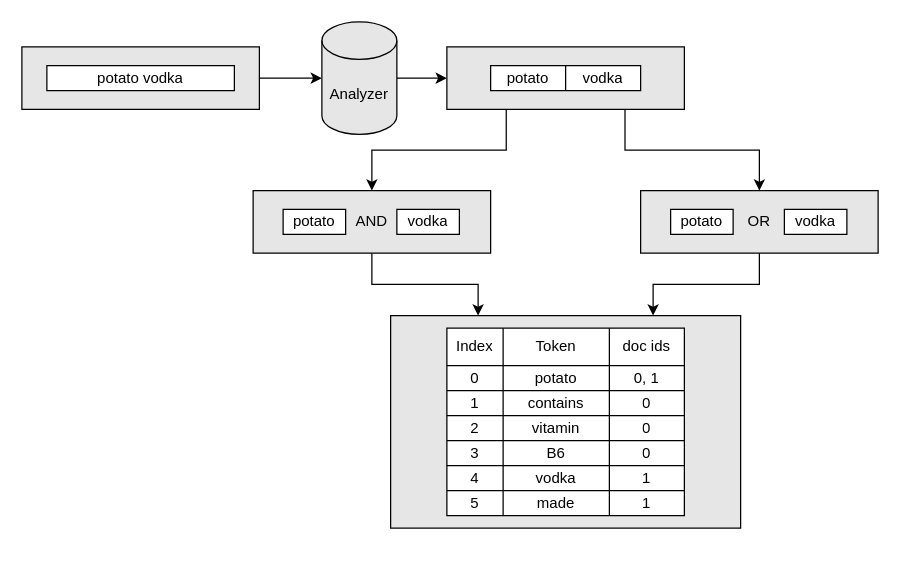
The draw.io diagram LuceneSearch.drawio in fosterchris/LuceneDemo, before the edit. Source tidied: cells renumbered, new cells numbered last; positions are measured from the earlier drawing's top-left corner, leaving out a move shared by most shapes. Both pictures are drawn from the tidied source at 125%, with x=0, y=0 at pixel (21, 21).
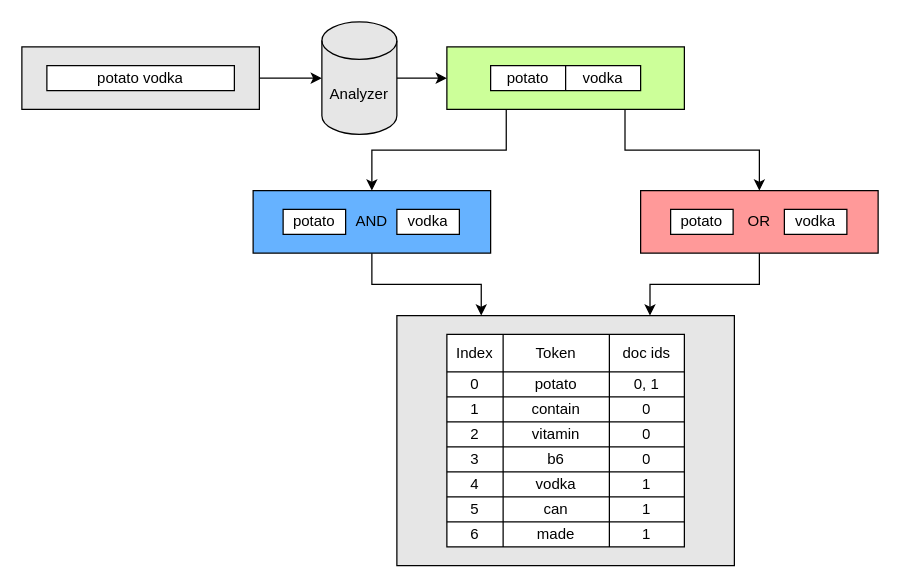
After the change.

Change to the diagram source:
```diff
@@
-    <mxCell id="11" style="rounded=0;whiteSpace=wrap;html=1;fillColor=#E6E6E6;" parent="1" vertex="1">
+    <mxCell id="11" style="rounded=0;whiteSpace=wrap;html=1;fillColor=#CCFF99;strokeColor=#000000;strokeWidth=1;" parent="1" vertex="1">
       <mxGeometry x="340" y="20" width="190" height="50" as="geometry" />
     </mxCell>
@@
-    <mxCell id="17" style="rounded=0;whiteSpace=wrap;html=1;fillColor=#E6E6E6;" parent="1" vertex="1">
+    <mxCell id="17" style="rounded=0;whiteSpace=wrap;html=1;fillColor=#66B2FF;" parent="1" vertex="1">
       <mxGeometry x="185" y="135" width="190" height="50" as="geometry" />
     </mxCell>
@@
-    <mxCell id="26" style="rounded=0;whiteSpace=wrap;html=1;fillColor=#E6E6E6;" parent="1" vertex="1">
+    <mxCell id="26" style="rounded=0;whiteSpace=wrap;html=1;fillColor=#FF9999;" parent="1" vertex="1">
       <mxGeometry x="495" y="135" width="190" height="50" as="geometry" />
     </mxCell>
@@
     <mxCell id="34" style="rounded=0;whiteSpace=wrap;html=1;shadow=0;sketch=0;strokeColor=#000000;fillColor=#E6E6E6;" parent="1" vertex="1">
-      <mxGeometry x="295" y="235" width="280" height="170" as="geometry" />
+      <mxGeometry x="300" y="235" width="270" height="200" as="geometry" />
     </mxCell>
-    <mxCell id="35" style="shape=table;startSize=0;childLayout=tableLayout;" parent="1" vertex="1">
-      <mxGeometry x="340" y="245" width="190" height="150" as="geometry" />
-    </mxCell>
+    <mxCell id="64" style="shape=table;startSize=0;childLayout=tableLayout;" parent="1" vertex="1">
+      <mxGeometry x="340" y="250" width="190" height="170" as="geometry" />
+    </mxCell>
-    <mxCell id="36" style="shape=partialRectangle;fillColor=none;top=0;left=0;bottom=0;right=0;" parent="35" vertex="1">
+    <mxCell id="36" style="shape=partialRectangle;fillColor=none;top=0;left=0;bottom=0;right=0;" parent="64" vertex="1">
       <mxGeometry width="190" height="30" as="geometry" />
     </mxCell>
@@
-    <mxCell id="40" style="shape=partialRectangle;fillColor=none;top=0;left=0;bottom=0;right=0;" parent="35" vertex="1">
+    <mxCell id="40" style="shape=partialRectangle;fillColor=none;top=0;left=0;bottom=0;right=0;" parent="64" vertex="1">
       <mxGeometry y="30" width="190" height="20" as="geometry" />
     </mxCell>
@@
-    <mxCell id="44" style="shape=partialRectangle;fillColor=none;top=0;left=0;bottom=0;right=0;" parent="35" vertex="1">
+    <mxCell id="44" style="shape=partialRectangle;fillColor=none;top=0;left=0;bottom=0;right=0;" parent="64" vertex="1">
       <mxGeometry y="50" width="190" height="20" as="geometry" />
     </mxCell>
@@
-    <mxCell id="46" value="contains" style="shape=partialRectangle;html=1;whiteSpace=wrap;overflow=hidden;fillColor=none;top=0;left=0;bottom=0;right=0;" parent="44" vertex="1">
-      <mxGeometry x="45" width="85" height="20" as="geometry" />
-    </mxCell>
-    <mxCell id="47" value="0" style="shape=partialRectangle;html=1;whiteSpace=wrap;overflow=hidden;fillColor=none;top=0;left=0;bottom=0;right=0;" parent="44" vertex="1">
-      <mxGeometry x="130" width="60" height="20" as="geometry" />
-    </mxCell>
+    <mxCell id="65" value="contain" style="shape=partialRectangle;html=1;whiteSpace=wrap;overflow=hidden;fillColor=none;top=0;left=0;bottom=0;right=0;" parent="44" vertex="1">
+      <mxGeometry x="45" width="85" height="20" as="geometry" />
+    </mxCell>
+    <mxCell id="66" value="0" style="shape=partialRectangle;html=1;whiteSpace=wrap;overflow=hidden;fillColor=none;top=0;left=0;bottom=0;right=0;" parent="44" vertex="1">
+      <mxGeometry x="130" width="60" height="20" as="geometry" />
+    </mxCell>
-    <mxCell id="48" style="shape=partialRectangle;fillColor=none;top=0;left=0;bottom=0;right=0;" parent="35" vertex="1">
+    <mxCell id="48" style="shape=partialRectangle;fillColor=none;top=0;left=0;bottom=0;right=0;" parent="64" vertex="1">
       <mxGeometry y="70" width="190" height="20" as="geometry" />
     </mxCell>
@@
-    <mxCell id="51" value="0" style="shape=partialRectangle;html=1;whiteSpace=wrap;overflow=hidden;fillColor=none;top=0;left=0;bottom=0;right=0;" parent="48" vertex="1">
-      <mxGeometry x="130" width="60" height="20" as="geometry" />
-    </mxCell>
+    <mxCell id="67" value="0" style="shape=partialRectangle;html=1;whiteSpace=wrap;overflow=hidden;fillColor=none;top=0;left=0;bottom=0;right=0;" parent="48" vertex="1">
+      <mxGeometry x="130" width="60" height="20" as="geometry" />
+    </mxCell>
-    <mxCell id="52" style="shape=partialRectangle;fillColor=none;top=0;left=0;bottom=0;right=0;" parent="35" vertex="1">
+    <mxCell id="52" style="shape=partialRectangle;fillColor=none;top=0;left=0;bottom=0;right=0;" parent="64" vertex="1">
       <mxGeometry y="90" width="190" height="20" as="geometry" />
     </mxCell>
@@
-    <mxCell id="54" value="B6" style="shape=partialRectangle;html=1;whiteSpace=wrap;overflow=hidden;fillColor=none;top=0;left=0;bottom=0;right=0;" parent="52" vertex="1">
-      <mxGeometry x="45" width="85" height="20" as="geometry" />
-    </mxCell>
-    <mxCell id="55" value="0" style="shape=partialRectangle;html=1;whiteSpace=wrap;overflow=hidden;fillColor=none;top=0;left=0;bottom=0;right=0;" parent="52" vertex="1">
-      <mxGeometry x="130" width="60" height="20" as="geometry" />
-    </mxCell>
+    <mxCell id="68" value="b6" style="shape=partialRectangle;html=1;whiteSpace=wrap;overflow=hidden;fillColor=none;top=0;left=0;bottom=0;right=0;" parent="52" vertex="1">
+      <mxGeometry x="45" width="85" height="20" as="geometry" />
+    </mxCell>
+    <mxCell id="69" value="0" style="shape=partialRectangle;html=1;whiteSpace=wrap;overflow=hidden;fillColor=none;top=0;left=0;bottom=0;right=0;" parent="52" vertex="1">
+      <mxGeometry x="130" width="60" height="20" as="geometry" />
+    </mxCell>
-    <mxCell id="56" style="shape=partialRectangle;fillColor=none;top=0;left=0;bottom=0;right=0;" parent="35" vertex="1">
+    <mxCell id="56" style="shape=partialRectangle;fillColor=none;top=0;left=0;bottom=0;right=0;" parent="64" vertex="1">
       <mxGeometry y="110" width="190" height="20" as="geometry" />
     </mxCell>
@@
-    <mxCell id="59" value="1" style="shape=partialRectangle;html=1;whiteSpace=wrap;overflow=hidden;fillColor=none;top=0;left=0;bottom=0;right=0;" parent="56" vertex="1">
-      <mxGeometry x="130" width="60" height="20" as="geometry" />
-    </mxCell>
+    <mxCell id="70" value="1" style="shape=partialRectangle;html=1;whiteSpace=wrap;overflow=hidden;fillColor=none;top=0;left=0;bottom=0;right=0;" parent="56" vertex="1">
+      <mxGeometry x="130" width="60" height="20" as="geometry" />
+    </mxCell>
-    <mxCell id="60" style="shape=partialRectangle;fillColor=none;top=0;left=0;bottom=0;right=0;" parent="35" vertex="1">
+    <mxCell id="60" style="shape=partialRectangle;fillColor=none;top=0;left=0;bottom=0;right=0;" parent="64" vertex="1">
       <mxGeometry y="130" width="190" height="20" as="geometry" />
     </mxCell>
@@
+    <mxCell id="71" value="can" style="shape=partialRectangle;html=1;whiteSpace=wrap;overflow=hidden;fillColor=none;top=0;left=0;bottom=0;right=0;" parent="60" vertex="1">
+      <mxGeometry x="45" width="85" height="20" as="geometry" />
+    </mxCell>
+    <mxCell id="72" value="1" style="shape=partialRectangle;html=1;whiteSpace=wrap;overflow=hidden;fillColor=none;top=0;left=0;bottom=0;right=0;" parent="60" vertex="1">
+      <mxGeometry x="130" width="60" height="20" as="geometry" />
+    </mxCell>
+    <mxCell id="73" style="shape=partialRectangle;fillColor=none;top=0;left=0;bottom=0;right=0;" parent="64" vertex="1">
+      <mxGeometry y="150" width="190" height="20" as="geometry" />
+    </mxCell>
+    <mxCell id="74" value="6" style="shape=partialRectangle;html=1;whiteSpace=wrap;overflow=hidden;fillColor=none;top=0;left=0;bottom=0;right=0;" parent="73" vertex="1">
+      <mxGeometry width="45" height="20" as="geometry" />
+    </mxCell>
-    <mxCell id="62" value="made" style="shape=partialRectangle;html=1;whiteSpace=wrap;overflow=hidden;fillColor=none;top=0;left=0;bottom=0;right=0;" parent="60" vertex="1">
+    <mxCell id="62" value="made" style="shape=partialRectangle;html=1;whiteSpace=wrap;overflow=hidden;fillColor=none;top=0;left=0;bottom=0;right=0;" parent="73" vertex="1">
       <mxGeometry x="45" width="85" height="20" as="geometry" />
     </mxCell>
-    <mxCell id="63" value="1" style="shape=partialRectangle;html=1;whiteSpace=wrap;overflow=hidden;fillColor=none;top=0;left=0;bottom=0;right=0;" parent="60" vertex="1">
-      <mxGeometry x="130" width="60" height="20" as="geometry" />
-    </mxCell>
+    <mxCell id="75" value="1" style="shape=partialRectangle;html=1;whiteSpace=wrap;overflow=hidden;fillColor=none;top=0;left=0;bottom=0;right=0;" parent="73" vertex="1">
+      <mxGeometry x="130" width="60" height="20" as="geometry" />
+    </mxCell>
```
